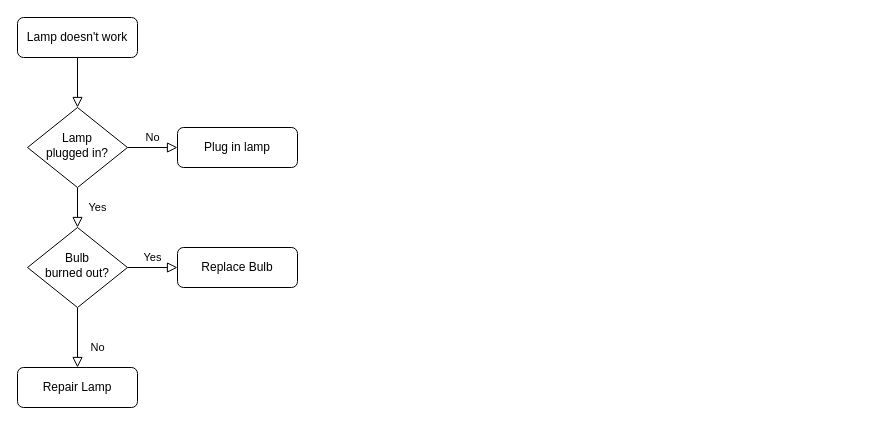
The draw.io diagram flow.drawio in Jakub686/library, before the edit. Source tidied: cells renumbered, new cells numbered last; positions are measured from the earlier drawing's top-left corner, leaving out a move shared by most shapes. Both pictures are drawn from the tidied source at 100%, with x=0, y=0 at pixel (17, 17).
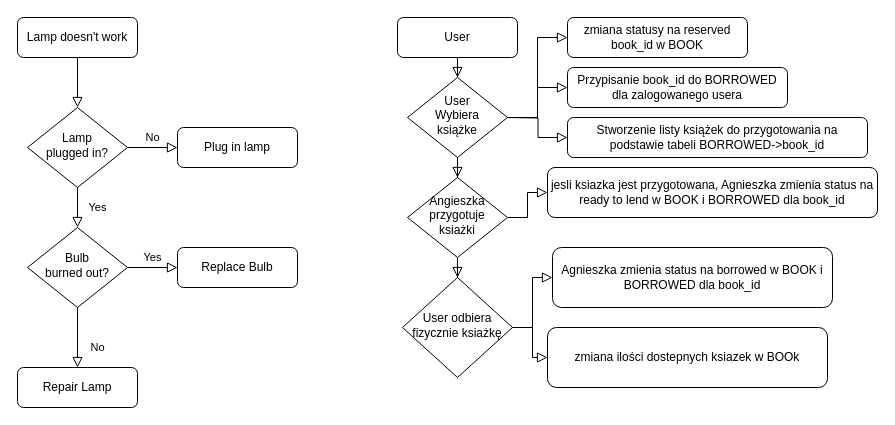
Above is the later version.

Change to the diagram source:
```diff
@@
+    <mxCell id="13" style="rounded=0;html=1;jettySize=auto;fontSize=11;endArrow=block;endFill=0;endSize=8;strokeWidth=1;shadow=0;labelBackgroundColor=none;edgeStyle=orthogonalEdgeStyle;" parent="1" edge="1" source="14" target="16">
+      <mxGeometry relative="1" as="geometry" />
+    </mxCell>
+    <mxCell id="14" value="User" style="rounded=1;whiteSpace=wrap;html=1;fontSize=12;glass=0;strokeWidth=1;shadow=0;" parent="1" vertex="1">
+      <mxGeometry x="380" width="120" height="40" as="geometry" />
+    </mxCell>
+    <mxCell id="15" style="rounded=0;html=1;jettySize=auto;fontSize=11;endArrow=block;endFill=0;endSize=8;strokeWidth=1;shadow=0;labelBackgroundColor=none;edgeStyle=orthogonalEdgeStyle;" parent="1" edge="1" source="16" target="20">
+      <mxGeometry x="0.71" y="100" relative="1" as="geometry" />
+    </mxCell>
+    <mxCell id="16" value="User&lt;br&gt;Wybiera&lt;br&gt;książke" style="rhombus;whiteSpace=wrap;html=1;shadow=0;fontFamily=Helvetica;fontSize=12;align=center;strokeWidth=1;spacing=6;spacingTop=-4;" parent="1" vertex="1">
+      <mxGeometry x="390" y="60" width="100" height="80" as="geometry" />
+    </mxCell>
+    <mxCell id="17" value="zmiana statusy na reserved book_id w BOOK" style="rounded=1;whiteSpace=wrap;html=1;fontSize=12;glass=0;strokeWidth=1;shadow=0;" parent="1" vertex="1">
+      <mxGeometry x="550" width="180" height="40" as="geometry" />
+    </mxCell>
+    <mxCell id="18" style="rounded=0;html=1;jettySize=auto;fontSize=11;endArrow=block;endFill=0;endSize=8;strokeWidth=1;shadow=0;labelBackgroundColor=none;edgeStyle=orthogonalEdgeStyle;entryX=0.5;entryY=0;entryDx=0;entryDy=0;" parent="1" edge="1" source="20" target="27">
+      <mxGeometry x="0.33" y="20" relative="1" as="geometry" />
+    </mxCell>
+    <mxCell id="19" style="edgeStyle=orthogonalEdgeStyle;rounded=0;html=1;jettySize=auto;fontSize=11;endArrow=block;endFill=0;endSize=8;strokeWidth=1;shadow=0;labelBackgroundColor=none;" parent="1" edge="1" source="20" target="21">
+      <mxGeometry x="-0.2" y="40" relative="1" as="geometry" />
+    </mxCell>
+    <mxCell id="20" value="Angieszka przygotuje ksiażki" style="rhombus;whiteSpace=wrap;html=1;shadow=0;fontFamily=Helvetica;fontSize=12;align=center;strokeWidth=1;spacing=6;spacingTop=-4;" parent="1" vertex="1">
+      <mxGeometry x="390" y="160" width="100" height="80" as="geometry" />
+    </mxCell>
+    <mxCell id="21" value="jesli ksiazka jest przygotowana, Agnieszka zmienia status na ready to lend w BOOK i BORROWED dla book_id" style="rounded=1;whiteSpace=wrap;html=1;fontSize=12;glass=0;strokeWidth=1;shadow=0;" parent="1" vertex="1">
+      <mxGeometry x="530" y="150" width="330" height="50" as="geometry" />
+    </mxCell>
+    <mxCell id="22" style="rounded=0;html=1;jettySize=auto;fontSize=11;endArrow=block;endFill=0;endSize=8;strokeWidth=1;shadow=0;labelBackgroundColor=none;edgeStyle=orthogonalEdgeStyle;exitX=1;exitY=0.5;exitDx=0;exitDy=0;entryX=0;entryY=0.5;entryDx=0;entryDy=0;" parent="1" edge="1" source="16" target="17">
+      <mxGeometry relative="1" as="geometry" />
+    </mxCell>
+    <mxCell id="23" value="Przypisanie book_id do BORROWED dla zalogowanego usera" style="rounded=1;whiteSpace=wrap;html=1;fontSize=12;glass=0;strokeWidth=1;shadow=0;" parent="1" vertex="1">
+      <mxGeometry x="550" y="50" width="220" height="40" as="geometry" />
+    </mxCell>
+    <mxCell id="24" style="rounded=0;html=1;jettySize=auto;fontSize=11;endArrow=block;endFill=0;endSize=8;strokeWidth=1;shadow=0;labelBackgroundColor=none;edgeStyle=orthogonalEdgeStyle;entryX=0;entryY=0.5;entryDx=0;entryDy=0;" parent="1" edge="1" source="16" target="23">
+      <mxGeometry relative="1" as="geometry" />
+    </mxCell>
+    <mxCell id="25" value="Stworzenie listy książek do przygotowania na podstawie tabeli BORROWED-&amp;gt;book_id" style="rounded=1;whiteSpace=wrap;html=1;fontSize=12;glass=0;strokeWidth=1;shadow=0;" parent="1" vertex="1">
+      <mxGeometry x="550" y="100" width="300" height="40" as="geometry" />
+    </mxCell>
+    <mxCell id="26" style="rounded=0;html=1;jettySize=auto;fontSize=11;endArrow=block;endFill=0;endSize=8;strokeWidth=1;shadow=0;labelBackgroundColor=none;edgeStyle=orthogonalEdgeStyle;entryX=0;entryY=0.5;entryDx=0;entryDy=0;" parent="1" edge="1" target="25">
+      <mxGeometry relative="1" as="geometry">
+        <mxPoint x="490" y="100" as="sourcePoint" />
+      </mxGeometry>
+    </mxCell>
+    <mxCell id="27" value="User odbiera fizycznie ksiażkę" style="rhombus;whiteSpace=wrap;html=1;shadow=0;fontFamily=Helvetica;fontSize=12;align=center;strokeWidth=1;spacing=6;spacingTop=-4;" parent="1" vertex="1">
+      <mxGeometry x="385" y="260" width="110" height="100" as="geometry" />
+    </mxCell>
+    <mxCell id="28" style="edgeStyle=orthogonalEdgeStyle;rounded=0;html=1;jettySize=auto;fontSize=11;endArrow=block;endFill=0;endSize=8;strokeWidth=1;shadow=0;labelBackgroundColor=none;exitX=1;exitY=0.5;exitDx=0;exitDy=0;" parent="1" edge="1" source="27" target="29">
+      <mxGeometry x="-0.2" y="40" relative="1" as="geometry" />
+    </mxCell>
+    <mxCell id="29" value="Agnieszka zmienia status na borrowed w BOOK i BORROWED dla book_id" style="rounded=1;whiteSpace=wrap;html=1;fontSize=12;glass=0;strokeWidth=1;shadow=0;" parent="1" vertex="1">
+      <mxGeometry x="535" y="230" width="280" height="60" as="geometry" />
+    </mxCell>
+    <mxCell id="30" style="edgeStyle=orthogonalEdgeStyle;rounded=0;html=1;jettySize=auto;fontSize=11;endArrow=block;endFill=0;endSize=8;strokeWidth=1;shadow=0;labelBackgroundColor=none;exitX=1;exitY=0.5;exitDx=0;exitDy=0;" parent="1" edge="1" source="27" target="31">
+      <mxGeometry x="-0.2" y="40" relative="1" as="geometry" />
+    </mxCell>
+    <mxCell id="31" value="zmiana ilości dostepnych ksiazek w BOOk" style="rounded=1;whiteSpace=wrap;html=1;fontSize=12;glass=0;strokeWidth=1;shadow=0;" parent="1" vertex="1">
+      <mxGeometry x="530" y="310" width="280" height="60" as="geometry" />
+    </mxCell>
```
